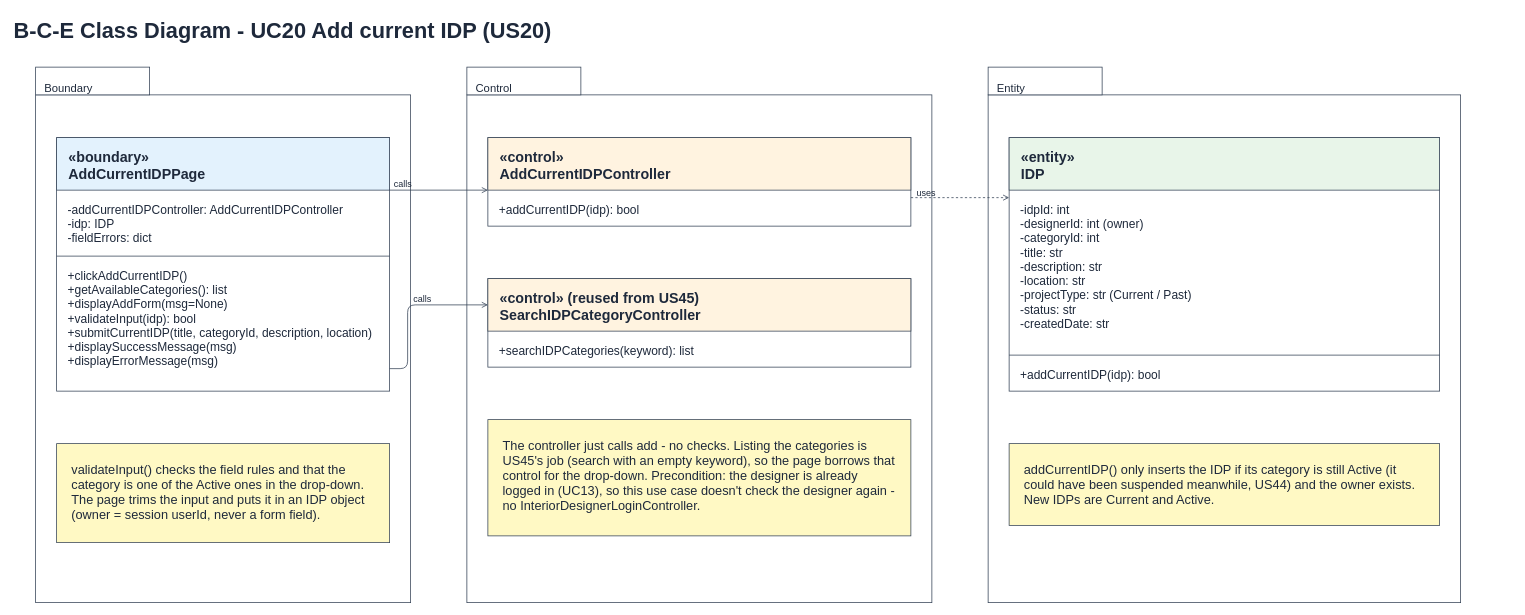
The draw.io diagram page "5 BCE Class Diagram" (7 of 8) of Sprint_3/US20 - Add Current IDP/US20 Add current IDP.drawio in Hanzxc/CSIT314-ARCHSS, before the edit. Source tidied: cells renumbered, new cells numbered last; positions are measured from the earlier drawing's top-left corner, leaving out a move shared by most shapes. Both pictures are drawn from the tidied source at 75%, with x=0, y=0 at pixel (12, 12).
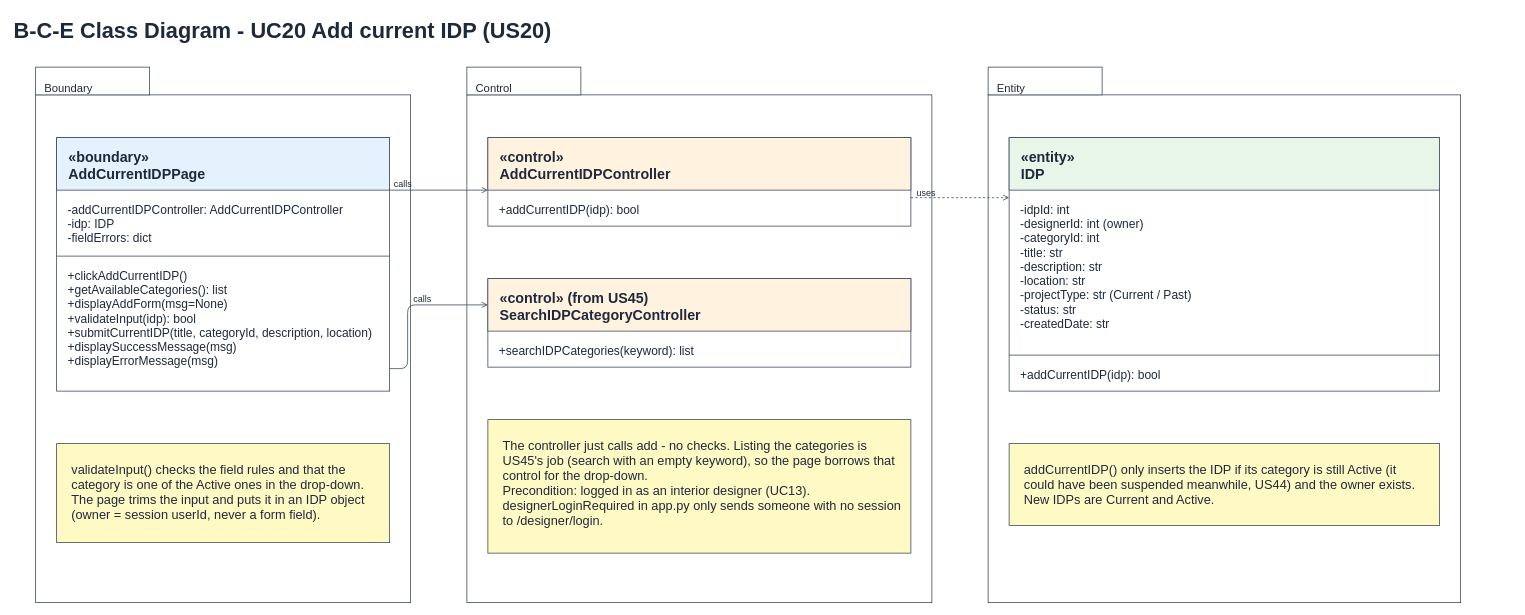
Above is the later version.

Change to the diagram source:
```diff
@@
-    <mxCell id="26" value="«control» (reused from US45)&#10;SearchIDPCategoryController" style="text;html=0;align=left;verticalAlign=top;fontSize=19;fontStyle=1;fontColor=#1e293b;" parent="1" vertex="1">
+    <mxCell id="26" value="«control» (from US45)&#10;SearchIDPCategoryController" style="text;html=0;align=left;verticalAlign=top;fontSize=19;fontStyle=1;fontColor=#1e293b;" parent="1" vertex="1">
       <mxGeometry x="648" y="363" width="536" height="56" as="geometry" />
     </mxCell>
@@
     <mxCell id="28" style="rounded=0;whiteSpace=wrap;fillColor=#fff9c4;strokeColor=#334155;" parent="1" vertex="1">
-      <mxGeometry x="634" y="543" width="564" height="155" as="geometry" />
+      <mxGeometry x="634" y="543" width="564" height="178" as="geometry" />
     </mxCell>
-    <mxCell id="29" value="The controller just calls add - no checks. Listing the categories is&#10;US45's job (search with an empty keyword), so the page borrows that&#10;control for the drop-down. Precondition: the designer is already&#10;logged in (UC13), so this use case doesn't check the designer again -&#10;no InteriorDesignerLoginController." style="text;html=0;align=left;verticalAlign=top;fontSize=17;fontStyle=0;fontColor=#1e293b;" parent="1" vertex="1">
-      <mxGeometry x="652" y="561" width="528" height="119" as="geometry" />
+    <mxCell id="29" value="The controller just calls add - no checks. Listing the categories is&#10;US45's job (search with an empty keyword), so the page borrows that&#10;control for the drop-down.&#10;Precondition: logged in as an interior designer (UC13).&#10;designerLoginRequired in app.py only sends someone with no session&#10;to /designer/login." style="text;html=0;align=left;verticalAlign=top;fontSize=17;fontStyle=0;fontColor=#1e293b;" parent="1" vertex="1">
+      <mxGeometry x="652" y="561" width="528" height="142" as="geometry" />
     </mxCell>
```
